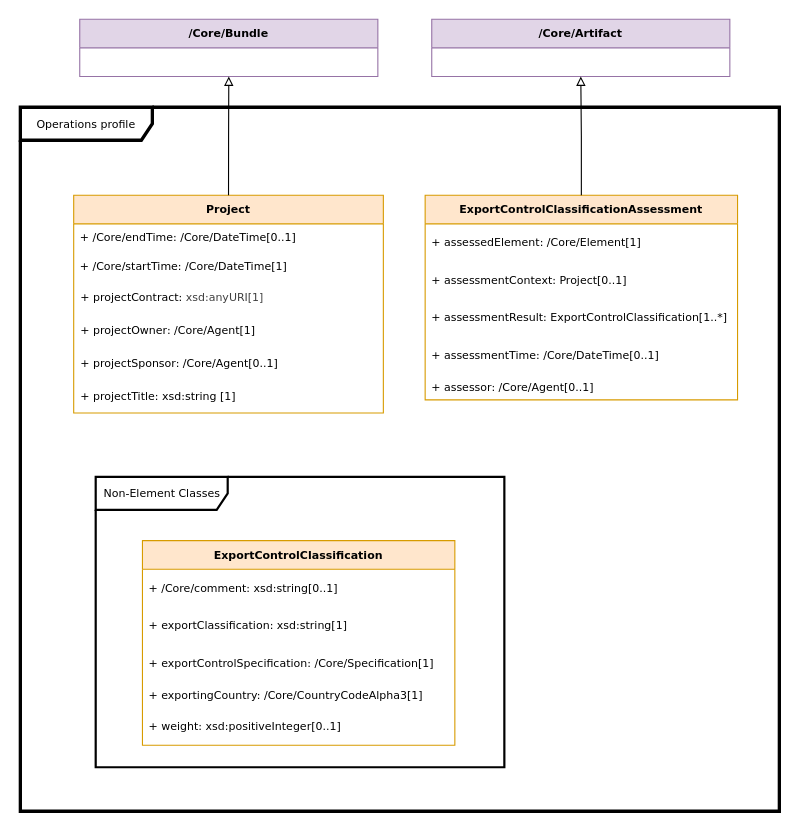
Earlier version of the draw.io diagram page "Operations" (12 of 13) of docs/model.drawio (spdx/spdx-3-model). Source tidied: cells renumbered, new cells numbered last; positions are measured from the earlier drawing's top-left corner, leaving out a move shared by most shapes. Both pictures are drawn from the tidied source at 110%, with x=0, y=0 at pixel (20, 19).
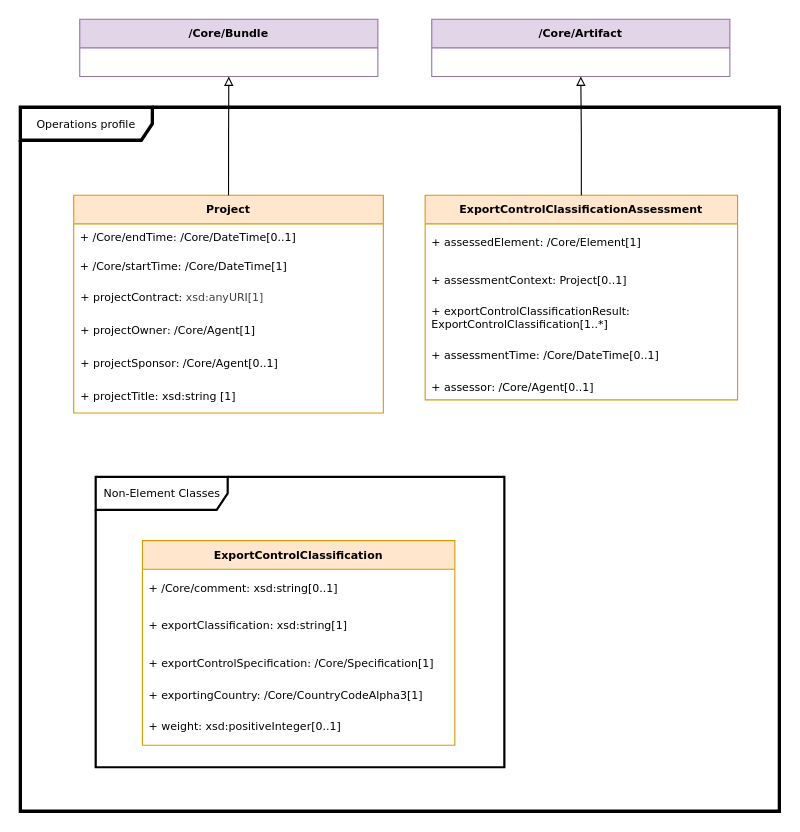
The same diagram, later.

Commit message (it also covers changes not shown here):
Use exportControlClassificationResult in ExportControlClassificationAssessment

Unchanged cells that the change refers to:
```xml
<mxCell id="4" value="ExportControlClassificationAssessment" style="swimlane;fontStyle=1;horizontal=1;startSize=26;fillColor=#ffe6cc;strokeColor=#d79b00;fontFamily=Verdana;fontSize=10;" parent="1" vertex="1">
  <mxGeometry x="368" y="160" width="284" height="186" as="geometry" />
</mxCell>
```

What changed in the source:
```diff
@@
-    <mxCell id="7" value="&lt;div&gt;+ assessmentResult: ExportControlClassification[1..*]&lt;/div&gt;" style="text;strokeColor=none;fillColor=none;align=left;verticalAlign=middle;spacingLeft=4;spacingRight=4;overflow=hidden;whiteSpace=wrap;html=1;fontFamily=Verdana;fontSize=10;" parent="4" vertex="1">
+    <mxCell id="7" value="&lt;div&gt;+ exportControlClassificationResult: ExportControlClassification[1..*]&lt;/div&gt;" style="text;strokeColor=none;fillColor=none;align=left;verticalAlign=middle;spacingLeft=4;spacingRight=4;overflow=hidden;whiteSpace=wrap;html=1;fontFamily=Verdana;fontSize=10;" parent="4" vertex="1">
       <mxGeometry y="94" width="284" height="34" as="geometry" />
     </mxCell>
```
